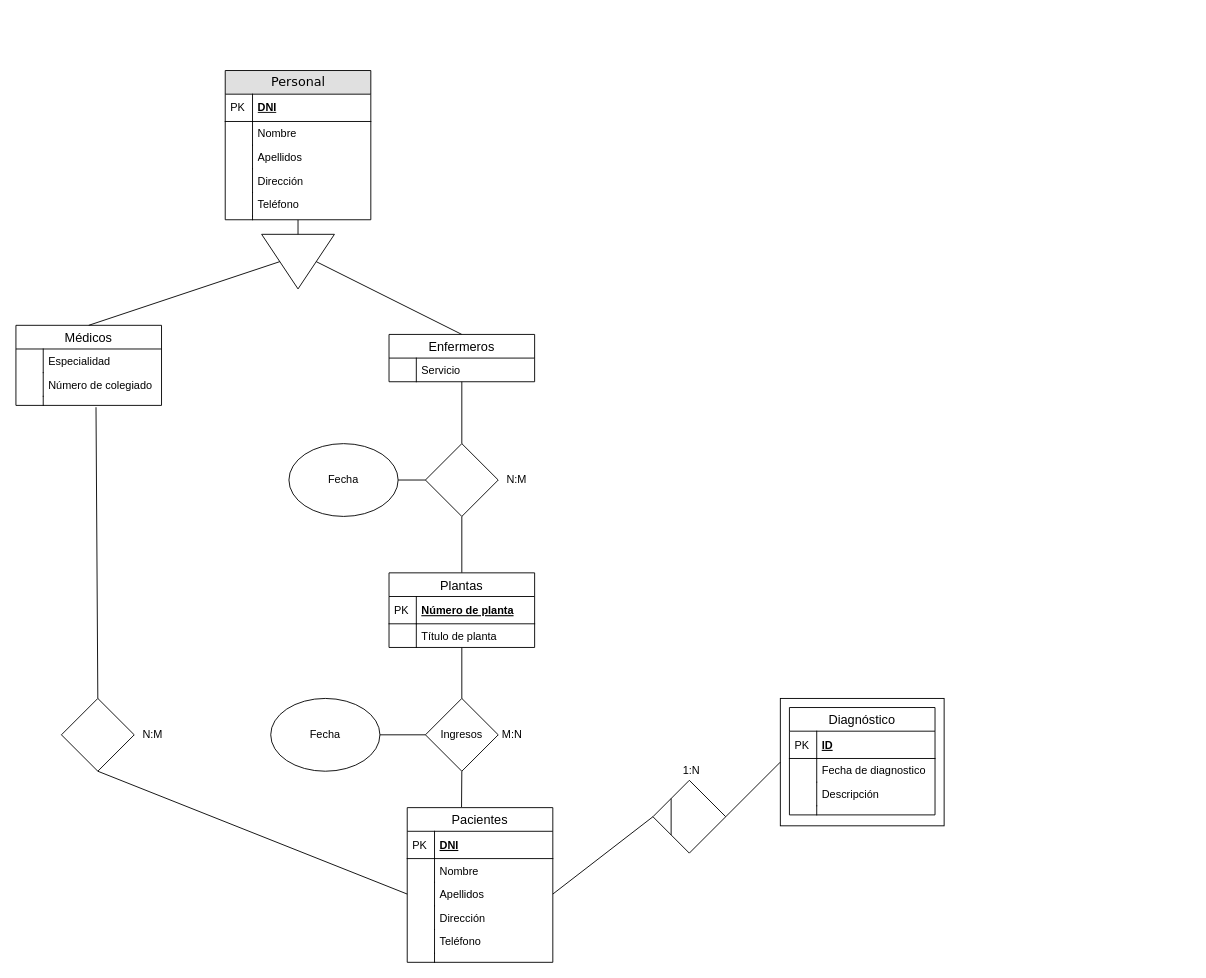
Before: Practica3/enunciado parte 2/PRIMERO_diagramER_PostgreSQL.drawio in piter1902/BBDD2_1920, a draw.io diagram. Source tidied: cells renumbered, new cells numbered last; positions are measured from the earlier drawing's top-left corner, leaving out a move shared by most shapes. Both pictures are drawn from the tidied source at 91%, with x=0, y=0 at pixel (15, 70).
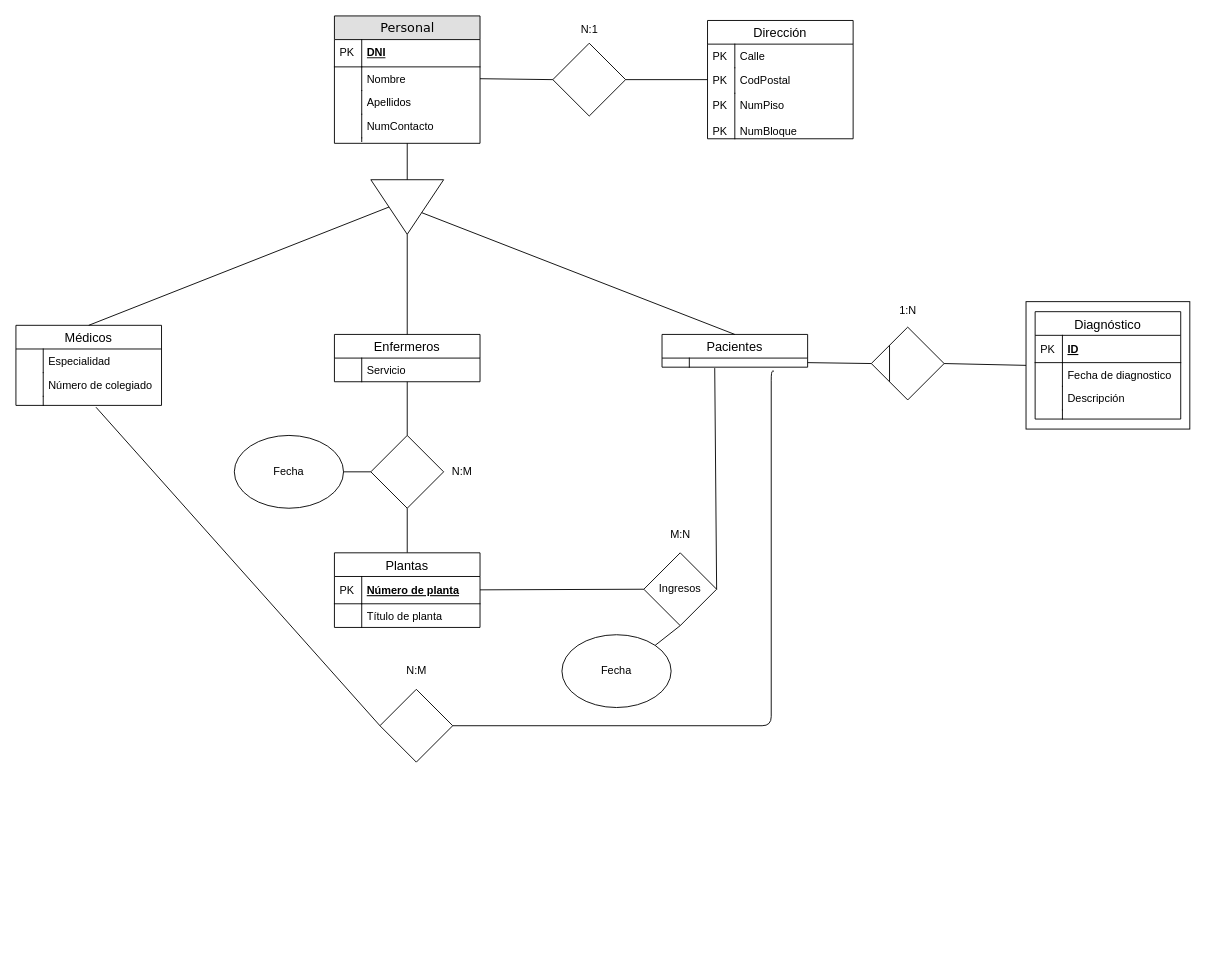
After the change.

The change refers to these unchanged cells:
```xml
<mxCell id="8" style="shape=partialRectangle;top=0;left=0;right=0;bottom=0;align=left;verticalAlign=top;fillColor=none;spacingLeft=34;spacingRight=4;overflow=hidden;points=[[0,0.5],[1,0.5]];portConstraint=eastwest;fontSize=12;" parent="3" vertex="1">
  <mxGeometry y="78" width="160" height="10" as="geometry" />
</mxCell>
```

Diff of the diagram source:
```diff
@@
     <mxCell id="2" style="rounded=0;whiteSpace=wrap;html=1;" parent="1" vertex="1">
-      <mxGeometry x="840" y="690" width="180" height="140" as="geometry" />
+      <mxGeometry x="1110" y="254" width="180" height="140" as="geometry" />
     </mxCell>
@@
     <mxCell id="10" style="triangle;whiteSpace=wrap;html=1;rotation=90;" parent="1" vertex="1">
-      <mxGeometry x="280" y="170" width="60" height="80" as="geometry" />
+      <mxGeometry x="400" y="110" width="60" height="80" as="geometry" />
     </mxCell>
@@
-    <mxCell id="13" style="endArrow=none;html=1;entryX=0.5;entryY=0;entryDx=0;entryDy=0;exitX=0.5;exitY=0;exitDx=0;exitDy=0;" parent="1" edge="1" source="46" target="10">
-      <mxGeometry relative="1" as="geometry" />
-    </mxCell>
-    <mxCell id="14" value="Personal" style="swimlane;html=1;fontStyle=0;horizontal=1;startSize=26;fillColor=#e0e0e0;swimlaneFillColor=#ffffff;align=center;rounded=0;shadow=0;comic=0;labelBackgroundColor=none;strokeWidth=1;fontFamily=Verdana;fontSize=14;" parent="1" vertex="1">
-      <mxGeometry x="230" width="160" height="164" as="geometry" />
-    </mxCell>
-    <mxCell id="15" value="DNI" style="shape=partialRectangle;top=0;left=0;right=0;bottom=1;html=1;align=left;verticalAlign=middle;fillColor=none;spacingLeft=34;spacingRight=4;whiteSpace=wrap;overflow=hidden;fontStyle=5;" parent="14" vertex="1">
-      <mxGeometry y="26" width="160" height="30" as="geometry" />
-    </mxCell>
-    <mxCell id="16" value="PK" style="shape=partialRectangle;top=0;left=0;bottom=0;html=1;fillColor=none;align=left;verticalAlign=middle;spacingLeft=4;spacingRight=4;whiteSpace=wrap;overflow=hidden;" parent="15" vertex="1">
-      <mxGeometry width="30" height="30" as="geometry" />
-    </mxCell>
-    <mxCell id="17" value="Nombre" style="shape=partialRectangle;top=0;left=0;right=0;bottom=0;html=1;align=left;verticalAlign=top;fillColor=none;spacingLeft=34;spacingRight=4;whiteSpace=wrap;overflow=hidden;points=[[0,0.5],[1,0.5]];portConstraint=eastwest;" parent="14" vertex="1">
-      <mxGeometry y="56" width="160" height="26" as="geometry" />
-    </mxCell>
-    <mxCell id="18" style="shape=partialRectangle;top=0;left=0;bottom=0;html=1;fillColor=none;align=left;verticalAlign=top;spacingLeft=4;spacingRight=4;whiteSpace=wrap;overflow=hidden;" parent="17" vertex="1">
-      <mxGeometry width="30" height="26" as="geometry" />
-    </mxCell>
-    <mxCell id="19" value="Apellidos" style="shape=partialRectangle;top=0;left=0;right=0;bottom=0;html=1;align=left;verticalAlign=top;fillColor=none;spacingLeft=34;spacingRight=4;whiteSpace=wrap;overflow=hidden;" parent="14" vertex="1">
-      <mxGeometry y="82" width="160" height="26" as="geometry" />
-    </mxCell>
-    <mxCell id="20" style="shape=partialRectangle;top=0;left=0;bottom=0;html=1;fillColor=none;align=left;verticalAlign=top;spacingLeft=4;spacingRight=4;whiteSpace=wrap;overflow=hidden;" parent="19" vertex="1">
-      <mxGeometry width="30" height="26" as="geometry" />
-    </mxCell>
-    <mxCell id="21" value="Dirección&lt;br&gt;" style="shape=partialRectangle;top=0;left=0;right=0;bottom=0;html=1;align=left;verticalAlign=top;fillColor=none;spacingLeft=34;spacingRight=4;whiteSpace=wrap;overflow=hidden;" parent="14" vertex="1">
-      <mxGeometry y="108" width="160" height="26" as="geometry" />
-    </mxCell>
-    <mxCell id="22" style="shape=partialRectangle;top=0;left=0;bottom=0;html=1;fillColor=none;align=left;verticalAlign=top;spacingLeft=4;spacingRight=4;whiteSpace=wrap;overflow=hidden;" parent="21" vertex="1">
-      <mxGeometry width="30" height="26" as="geometry" />
-    </mxCell>
-    <mxCell id="23" value="Teléfono" style="shape=partialRectangle;top=0;left=0;right=0;bottom=0;align=left;verticalAlign=top;fillColor=none;spacingLeft=34;spacingRight=4;overflow=hidden;fontSize=12;" parent="14" vertex="1">
-      <mxGeometry y="134" width="160" height="26" as="geometry" />
-    </mxCell>
-    <mxCell id="24" style="shape=partialRectangle;top=0;left=0;bottom=0;fillColor=none;align=left;verticalAlign=top;spacingLeft=4;spacingRight=4;overflow=hidden;fontSize=12;" parent="23" vertex="1">
-      <mxGeometry width="30" height="26" as="geometry" />
-    </mxCell>
-    <mxCell id="25" style="shape=partialRectangle;top=0;left=0;right=0;bottom=0;html=1;align=left;verticalAlign=top;fillColor=none;spacingLeft=34;spacingRight=4;whiteSpace=wrap;overflow=hidden;points=[[0,0.5],[1,0.5]];portConstraint=eastwest;" parent="14" vertex="1">
-      <mxGeometry y="160" width="160" height="4" as="geometry" />
-    </mxCell>
-    <mxCell id="26" style="shape=partialRectangle;top=0;left=0;bottom=0;html=1;fillColor=none;align=left;verticalAlign=top;spacingLeft=4;spacingRight=4;whiteSpace=wrap;overflow=hidden;" parent="25" vertex="1">
-      <mxGeometry width="30" height="4" as="geometry" />
-    </mxCell>
     <mxCell id="27" style="rhombus;whiteSpace=wrap;html=1;" parent="1" vertex="1">
-      <mxGeometry x="700" y="780" width="80" height="80" as="geometry" />
+      <mxGeometry x="940" y="282" width="80" height="80" as="geometry" />
     </mxCell>
@@
-    <mxCell id="29" style="endArrow=none;html=1;exitX=1;exitY=0.5;exitDx=0;exitDy=0;entryX=0;entryY=0.5;entryDx=0;entryDy=0;" parent="1" edge="1" source="68" target="27">
+    <mxCell id="29" style="endArrow=none;html=1;exitX=1;exitY=0.5;exitDx=0;exitDy=0;entryX=0;entryY=0.5;entryDx=0;entryDy=0;" parent="1" edge="1" source="78" target="27">
       <mxGeometry relative="1" as="geometry" />
     </mxCell>
@@
-    <mxCell id="31" value="Ingresos" style="rhombus;whiteSpace=wrap;html=1;" parent="1" vertex="1">
-      <mxGeometry x="450" y="690" width="80" height="80" as="geometry" />
+    <mxCell id="31" value="Ingresos" style="rhombus;whiteSpace=wrap;html=1;direction=north;" parent="1" vertex="1">
+      <mxGeometry x="690" y="530" width="80" height="80" as="geometry" />
     </mxCell>
     <mxCell id="32" style="rhombus;whiteSpace=wrap;html=1;" parent="1" vertex="1">
-      <mxGeometry x="450" y="410" width="80" height="80" as="geometry" />
+      <mxGeometry x="390" y="401" width="80" height="80" as="geometry" />
     </mxCell>
@@
-    <mxCell id="34" style="endArrow=none;html=1;entryX=0.5;entryY=1;entryDx=0;entryDy=0;exitX=0.373;exitY=-0.004;exitDx=0;exitDy=0;exitPerimeter=0;" parent="1" edge="1" source="63" target="31">
+    <mxCell id="34" style="endArrow=none;html=1;entryX=0.5;entryY=1;entryDx=0;entryDy=0;exitX=0.362;exitY=1.1;exitDx=0;exitDy=0;exitPerimeter=0;" parent="1" edge="1" source="78" target="31">
       <mxGeometry relative="1" as="geometry" />
     </mxCell>
@@
     <mxCell id="37" value="1:N" style="text;html=1;align=center;verticalAlign=middle;" parent="1" vertex="1">
-      <mxGeometry x="727" y="760" width="30" height="20" as="geometry" />
+      <mxGeometry x="965" y="254" width="30" height="20" as="geometry" />
     </mxCell>
     <mxCell id="38" value="M:N" style="text;html=1;align=center;verticalAlign=middle;" parent="1" vertex="1">
-      <mxGeometry x="525" y="720" width="40" height="20" as="geometry" />
+      <mxGeometry x="710" y="500" width="40" height="20" as="geometry" />
     </mxCell>
     <mxCell id="39" value="Fecha" style="ellipse;whiteSpace=wrap;html=1;" parent="1" vertex="1">
-      <mxGeometry x="280" y="690" width="120" height="80" as="geometry" />
+      <mxGeometry x="600" y="620" width="120" height="80" as="geometry" />
     </mxCell>
-    <mxCell id="40" style="endArrow=none;html=1;endFill=0;entryX=0;entryY=0.5;entryDx=0;entryDy=0;" parent="1" edge="1" source="39" target="31">
-      <mxGeometry relative="1" as="geometry" />
-    </mxCell>
     <mxCell id="41" value="Fecha" style="ellipse;whiteSpace=wrap;html=1;" parent="1" vertex="1">
-      <mxGeometry x="300" y="410" width="120" height="80" as="geometry" />
+      <mxGeometry x="240" y="401" width="120" height="80" as="geometry" />
     </mxCell>
     <mxCell id="42" style="endArrow=none;html=1;endFill=0;" parent="1" edge="1" source="41">
       <mxGeometry relative="1" as="geometry">
-        <mxPoint x="450" y="450" as="targetPoint" />
+        <mxPoint x="390" y="441" as="targetPoint" />
       </mxGeometry>
     </mxCell>
     <mxCell id="43" style="rhombus;whiteSpace=wrap;html=1;" parent="1" vertex="1">
-      <mxGeometry x="50" y="690" width="80" height="80" as="geometry" />
+      <mxGeometry x="400" y="680" width="80" height="80" as="geometry" />
     </mxCell>
-    <mxCell id="44" style="endArrow=none;html=1;entryX=0.55;entryY=1.2;entryDx=0;entryDy=0;entryPerimeter=0;exitX=0.5;exitY=0;exitDx=0;exitDy=0;" parent="1" edge="1" source="43" target="8">
+    <mxCell id="44" style="endArrow=none;html=1;entryX=0.55;entryY=1.2;entryDx=0;entryDy=0;entryPerimeter=0;exitX=0;exitY=0.5;exitDx=0;exitDy=0;" parent="1" edge="1" source="43" target="8">
       <mxGeometry relative="1" as="geometry" />
     </mxCell>
-    <mxCell id="45" style="endArrow=none;html=1;exitX=0.5;exitY=1;exitDx=0;exitDy=0;entryX=0;entryY=0.5;entryDx=0;entryDy=0;" parent="1" edge="1" source="43" target="68">
-      <mxGeometry relative="1" as="geometry" />
-    </mxCell>
+    <mxCell id="76" value="N:M" style="text;html=1;align=center;verticalAlign=middle;" parent="1" vertex="1">
+      <mxGeometry x="470" y="431" width="40" height="20" as="geometry" />
+    </mxCell>
+    <mxCell id="77" value="N:M" style="text;html=1;align=center;verticalAlign=middle;" parent="1" vertex="1">
+      <mxGeometry x="420" y="650" width="40" height="20" as="geometry" />
+    </mxCell>
     <mxCell id="46" value="Enfermeros" style="swimlane;fontStyle=0;horizontal=1;startSize=26;align=center;fontSize=14;" parent="1" vertex="1">
-      <mxGeometry x="410" y="290" width="160" height="52" as="geometry" />
+      <mxGeometry x="350" y="290" width="160" height="52" as="geometry" />
     </mxCell>
@@
+    <mxCell id="14" value="Personal" style="swimlane;html=1;fontStyle=0;horizontal=1;startSize=26;fillColor=#e0e0e0;swimlaneFillColor=#ffffff;align=center;rounded=0;shadow=0;comic=0;labelBackgroundColor=none;strokeWidth=1;fontFamily=Verdana;fontSize=14;" parent="1" vertex="1">
+      <mxGeometry x="350" y="-60" width="160" height="140" as="geometry" />
+    </mxCell>
+    <mxCell id="15" value="DNI" style="shape=partialRectangle;top=0;left=0;right=0;bottom=1;html=1;align=left;verticalAlign=middle;fillColor=none;spacingLeft=34;spacingRight=4;whiteSpace=wrap;overflow=hidden;fontStyle=5;" parent="14" vertex="1">
+      <mxGeometry y="26" width="160" height="30" as="geometry" />
+    </mxCell>
+    <mxCell id="16" value="PK" style="shape=partialRectangle;top=0;left=0;bottom=0;html=1;fillColor=none;align=left;verticalAlign=middle;spacingLeft=4;spacingRight=4;whiteSpace=wrap;overflow=hidden;" parent="15" vertex="1">
+      <mxGeometry width="30" height="30" as="geometry" />
+    </mxCell>
+    <mxCell id="17" value="Nombre" style="shape=partialRectangle;top=0;left=0;right=0;bottom=0;html=1;align=left;verticalAlign=top;fillColor=none;spacingLeft=34;spacingRight=4;whiteSpace=wrap;overflow=hidden;points=[[0,0.5],[1,0.5]];portConstraint=eastwest;" parent="14" vertex="1">
+      <mxGeometry y="56" width="160" height="26" as="geometry" />
+    </mxCell>
+    <mxCell id="18" style="shape=partialRectangle;top=0;left=0;bottom=0;html=1;fillColor=none;align=left;verticalAlign=top;spacingLeft=4;spacingRight=4;whiteSpace=wrap;overflow=hidden;" parent="17" vertex="1">
+      <mxGeometry width="30" height="26" as="geometry" />
+    </mxCell>
+    <mxCell id="19" value="Apellidos" style="shape=partialRectangle;top=0;left=0;right=0;bottom=0;html=1;align=left;verticalAlign=top;fillColor=none;spacingLeft=34;spacingRight=4;whiteSpace=wrap;overflow=hidden;" parent="14" vertex="1">
+      <mxGeometry y="82" width="160" height="26" as="geometry" />
+    </mxCell>
+    <mxCell id="20" style="shape=partialRectangle;top=0;left=0;bottom=0;html=1;fillColor=none;align=left;verticalAlign=top;spacingLeft=4;spacingRight=4;whiteSpace=wrap;overflow=hidden;" parent="19" vertex="1">
+      <mxGeometry width="30" height="26" as="geometry" />
+    </mxCell>
+    <mxCell id="23" value="NumContacto" style="shape=partialRectangle;top=0;left=0;right=0;bottom=0;align=left;verticalAlign=top;fillColor=none;spacingLeft=34;spacingRight=4;overflow=hidden;fontSize=12;" parent="14" vertex="1">
+      <mxGeometry y="108" width="160" height="26" as="geometry" />
+    </mxCell>
+    <mxCell id="24" style="shape=partialRectangle;top=0;left=0;bottom=0;fillColor=none;align=left;verticalAlign=top;spacingLeft=4;spacingRight=4;overflow=hidden;fontSize=12;" parent="23" vertex="1">
+      <mxGeometry width="30" height="26" as="geometry" />
+    </mxCell>
+    <mxCell id="25" style="shape=partialRectangle;top=0;left=0;right=0;bottom=0;html=1;align=left;verticalAlign=top;fillColor=none;spacingLeft=34;spacingRight=4;whiteSpace=wrap;overflow=hidden;points=[[0,0.5],[1,0.5]];portConstraint=eastwest;" parent="14" vertex="1">
+      <mxGeometry y="134" width="160" height="4" as="geometry" />
+    </mxCell>
+    <mxCell id="26" style="shape=partialRectangle;top=0;left=0;bottom=0;html=1;fillColor=none;align=left;verticalAlign=top;spacingLeft=4;spacingRight=4;whiteSpace=wrap;overflow=hidden;" parent="25" vertex="1">
+      <mxGeometry width="30" height="4" as="geometry" />
+    </mxCell>
+    <mxCell id="13" style="endArrow=none;html=1;entryX=1;entryY=0.5;entryDx=0;entryDy=0;exitX=0.5;exitY=0;exitDx=0;exitDy=0;" parent="1" edge="1" source="46" target="10">
+      <mxGeometry relative="1" as="geometry" />
+    </mxCell>
+    <mxCell id="63" value="Pacientes" style="swimlane;fontStyle=0;horizontal=1;startSize=26;align=center;fontSize=14;" parent="1" vertex="1">
+      <mxGeometry x="710" y="290" width="160" height="36" as="geometry" />
+    </mxCell>
+    <mxCell id="78" style="shape=partialRectangle;top=0;left=0;right=0;bottom=0;align=left;verticalAlign=top;fillColor=none;spacingLeft=34;spacingRight=4;overflow=hidden;points=[[0,0.5],[1,0.5]];portConstraint=eastwest;fontSize=12;" parent="63" vertex="1">
+      <mxGeometry y="26" width="160" height="10" as="geometry" />
+    </mxCell>
+    <mxCell id="75" style="shape=partialRectangle;top=0;left=0;bottom=0;fillColor=none;align=left;verticalAlign=top;spacingLeft=4;spacingRight=4;overflow=hidden;fontSize=12;" parent="78" vertex="1">
+      <mxGeometry width="30" height="10" as="geometry" />
+    </mxCell>
+    <mxCell id="79" style="endArrow=none;html=1;entryX=0.5;entryY=0;entryDx=0;entryDy=0;" parent="1" edge="1" source="10" target="63">
+      <mxGeometry relative="1" as="geometry" />
+    </mxCell>
     <mxCell id="49" value="Plantas" style="swimlane;fontStyle=0;horizontal=1;startSize=26;align=center;fontSize=14;" parent="1" vertex="1">
-      <mxGeometry x="410" y="552" width="160" height="82" as="geometry" />
+      <mxGeometry x="350" y="530" width="160" height="82" as="geometry" />
     </mxCell>
@@
     <mxCell id="54" value="Diagnóstico" style="swimlane;fontStyle=0;horizontal=1;startSize=26;align=center;fontSize=14;" parent="1" vertex="1">
-      <mxGeometry x="850" y="700" width="160" height="118" as="geometry" />
+      <mxGeometry x="1120" y="265" width="160" height="118" as="geometry" />
     </mxCell>
@@
-    <mxCell id="63" value="Pacientes" style="swimlane;fontStyle=0;horizontal=1;startSize=26;align=center;fontSize=14;" parent="1" vertex="1">
-      <mxGeometry x="430" y="810" width="160" height="170" as="geometry" />
-    </mxCell>
-    <mxCell id="64" value="DNI" style="shape=partialRectangle;top=0;left=0;right=0;bottom=1;align=left;verticalAlign=middle;fillColor=none;spacingLeft=34;spacingRight=4;overflow=hidden;fontStyle=5;fontSize=12;" parent="63" vertex="1">
-      <mxGeometry y="26" width="160" height="30" as="geometry" />
-    </mxCell>
-    <mxCell id="65" value="PK" style="shape=partialRectangle;top=0;left=0;bottom=0;fillColor=none;align=left;verticalAlign=middle;spacingLeft=4;spacingRight=4;overflow=hidden;fontSize=12;" parent="64" vertex="1">
-      <mxGeometry width="30" height="30" as="geometry" />
-    </mxCell>
-    <mxCell id="66" value="Nombre" style="shape=partialRectangle;top=0;left=0;right=0;bottom=0;align=left;verticalAlign=top;fillColor=none;spacingLeft=34;spacingRight=4;overflow=hidden;fontSize=12;" parent="63" vertex="1">
-      <mxGeometry y="56" width="160" height="26" as="geometry" />
-    </mxCell>
-    <mxCell id="67" style="shape=partialRectangle;top=0;left=0;bottom=0;fillColor=none;align=left;verticalAlign=top;spacingLeft=4;spacingRight=4;overflow=hidden;fontSize=12;" parent="66" vertex="1">
-      <mxGeometry width="30" height="26" as="geometry" />
-    </mxCell>
-    <mxCell id="68" value="Apellidos" style="shape=partialRectangle;top=0;left=0;right=0;bottom=0;align=left;verticalAlign=top;fillColor=none;spacingLeft=34;spacingRight=4;overflow=hidden;points=[[0,0.5],[1,0.5]];portConstraint=eastwest;fontSize=12;" parent="63" vertex="1">
-      <mxGeometry y="82" width="160" height="26" as="geometry" />
-    </mxCell>
-    <mxCell id="69" style="shape=partialRectangle;top=0;left=0;bottom=0;fillColor=none;align=left;verticalAlign=top;spacingLeft=4;spacingRight=4;overflow=hidden;fontSize=12;" parent="68" vertex="1">
-      <mxGeometry width="30" height="26" as="geometry" />
-    </mxCell>
-    <mxCell id="70" value="Dirección" style="shape=partialRectangle;top=0;left=0;right=0;bottom=0;align=left;verticalAlign=top;fillColor=none;spacingLeft=34;spacingRight=4;overflow=hidden;fontSize=12;" parent="63" vertex="1">
-      <mxGeometry y="108" width="160" height="26" as="geometry" />
-    </mxCell>
-    <mxCell id="71" style="shape=partialRectangle;top=0;left=0;bottom=0;fillColor=none;align=left;verticalAlign=top;spacingLeft=4;spacingRight=4;overflow=hidden;fontSize=12;" parent="70" vertex="1">
-      <mxGeometry width="30" height="26" as="geometry" />
-    </mxCell>
-    <mxCell id="72" value="Teléfono" style="shape=partialRectangle;top=0;left=0;right=0;bottom=0;align=left;verticalAlign=top;fillColor=none;spacingLeft=34;spacingRight=4;overflow=hidden;fontSize=12;" parent="63" vertex="1">
-      <mxGeometry y="134" width="160" height="26" as="geometry" />
-    </mxCell>
-    <mxCell id="73" style="shape=partialRectangle;top=0;left=0;bottom=0;fillColor=none;align=left;verticalAlign=top;spacingLeft=4;spacingRight=4;overflow=hidden;fontSize=12;" parent="72" vertex="1">
-      <mxGeometry width="30" height="26" as="geometry" />
-    </mxCell>
-    <mxCell id="74" style="shape=partialRectangle;top=0;left=0;right=0;bottom=0;align=left;verticalAlign=top;fillColor=none;spacingLeft=34;spacingRight=4;overflow=hidden;fontSize=12;" parent="63" vertex="1">
-      <mxGeometry y="160" width="160" height="10" as="geometry" />
-    </mxCell>
-    <mxCell id="75" style="shape=partialRectangle;top=0;left=0;bottom=0;fillColor=none;align=left;verticalAlign=top;spacingLeft=4;spacingRight=4;overflow=hidden;fontSize=12;" parent="74" vertex="1">
-      <mxGeometry width="30" height="10" as="geometry" />
-    </mxCell>
-    <mxCell id="76" value="N:M" style="text;html=1;align=center;verticalAlign=middle;" parent="1" vertex="1">
-      <mxGeometry x="530" y="440" width="40" height="20" as="geometry" />
-    </mxCell>
-    <mxCell id="77" value="N:M" style="text;html=1;align=center;verticalAlign=middle;" parent="1" vertex="1">
-      <mxGeometry x="130" y="720" width="40" height="20" as="geometry" />
-    </mxCell>
+    <mxCell id="80" style="rhombus;whiteSpace=wrap;html=1;" parent="1" vertex="1">
+      <mxGeometry x="590" y="-30" width="80" height="80" as="geometry" />
+    </mxCell>
+    <mxCell id="81" style="endArrow=none;html=1;exitX=1;exitY=0.5;exitDx=0;exitDy=0;entryX=0;entryY=0.5;entryDx=0;entryDy=0;" parent="1" edge="1" source="17" target="80">
+      <mxGeometry relative="1" as="geometry" />
+    </mxCell>
+    <mxCell id="82" style="endArrow=none;html=1;exitX=1;exitY=0.5;exitDx=0;exitDy=0;entryX=0;entryY=0.5;entryDx=0;entryDy=0;" parent="1" edge="1" source="80" target="83">
+      <mxGeometry relative="1" as="geometry" />
+    </mxCell>
+    <mxCell id="83" value="Dirección" style="swimlane;fontStyle=0;horizontal=1;startSize=26;align=center;fontSize=14;" parent="1" vertex="1">
+      <mxGeometry x="760" y="-55" width="160" height="130" as="geometry" />
+    </mxCell>
+    <mxCell id="84" value="Calle" style="shape=partialRectangle;top=0;left=0;right=0;bottom=0;align=left;verticalAlign=top;fillColor=none;spacingLeft=34;spacingRight=4;overflow=hidden;fontSize=12;" parent="83" vertex="1">
+      <mxGeometry y="26" width="160" height="26" as="geometry" />
+    </mxCell>
+    <mxCell id="85" value="PK" style="shape=partialRectangle;top=0;left=0;bottom=0;fillColor=none;align=left;verticalAlign=top;spacingLeft=4;spacingRight=4;overflow=hidden;fontSize=12;" parent="84" vertex="1">
+      <mxGeometry width="30" height="26" as="geometry" />
+    </mxCell>
+    <mxCell id="86" value="CodPostal&#10;" style="shape=partialRectangle;top=0;left=0;right=0;bottom=0;align=left;verticalAlign=top;fillColor=none;spacingLeft=34;spacingRight=4;overflow=hidden;fontSize=12;" parent="83" vertex="1">
+      <mxGeometry y="52" width="160" height="28" as="geometry" />
+    </mxCell>
+    <mxCell id="87" value="PK" style="shape=partialRectangle;top=0;left=0;bottom=0;fillColor=none;align=left;verticalAlign=top;spacingLeft=4;spacingRight=4;overflow=hidden;fontSize=12;" parent="86" vertex="1">
+      <mxGeometry width="30" height="28" as="geometry" />
+    </mxCell>
+    <mxCell id="88" value="NumPiso&#10;&#10;NumBloque&#10;" style="shape=partialRectangle;top=0;left=0;right=0;bottom=0;align=left;verticalAlign=top;fillColor=none;spacingLeft=34;spacingRight=4;overflow=hidden;fontSize=12;" parent="83" vertex="1">
+      <mxGeometry y="80" width="160" height="50" as="geometry" />
+    </mxCell>
+    <mxCell id="89" value="PK&#10;&#10;PK&#10;" style="shape=partialRectangle;top=0;left=0;bottom=0;fillColor=none;align=left;verticalAlign=top;spacingLeft=4;spacingRight=4;overflow=hidden;fontSize=12;" parent="88" vertex="1">
+      <mxGeometry width="30" height="50" as="geometry" />
+    </mxCell>
+    <mxCell id="90" value="N:1" style="text;html=1;align=center;verticalAlign=middle;" parent="1" vertex="1">
+      <mxGeometry x="615" y="-55" width="30" height="20" as="geometry" />
+    </mxCell>
+    <mxCell id="91" style="endArrow=none;html=1;exitX=0;exitY=0.5;exitDx=0;exitDy=0;entryX=1;entryY=0;entryDx=0;entryDy=0;" parent="1" edge="1" source="31" target="39">
+      <mxGeometry relative="1" as="geometry" />
+    </mxCell>
+    <mxCell id="92" style="endArrow=none;html=1;edgeStyle=orthogonalEdgeStyle;exitX=1;exitY=0.5;exitDx=0;exitDy=0;entryX=0.769;entryY=1.433;entryDx=0;entryDy=0;entryPerimeter=0;" parent="1" edge="1" source="43" target="78">
+      <mxGeometry relative="1" as="geometry">
+        <Array as="points">
+          <mxPoint x="830" y="720" />
+          <mxPoint x="830" y="330" />
+        </Array>
+      </mxGeometry>
+    </mxCell>
```
